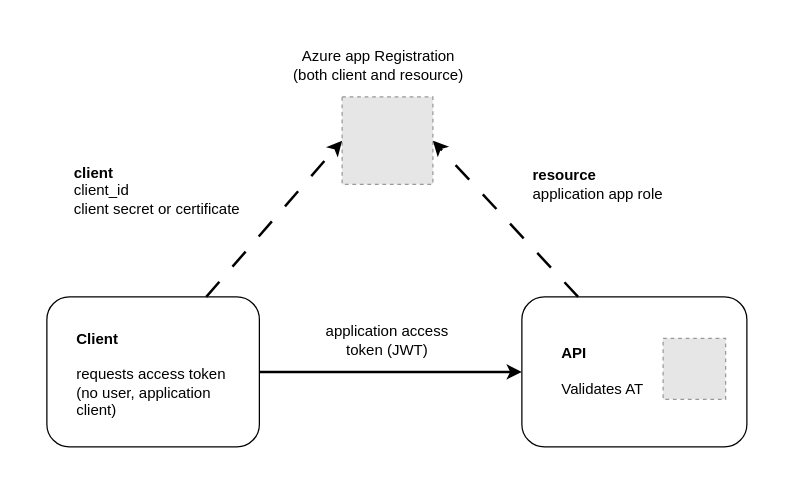
The draw.io diagram images/single_app_registration_01.drawio in damienbod/GrpcAzureAppServiceAppAuth, before the edit. Source tidied: cells renumbered, new cells numbered last; positions are measured from the earlier drawing's top-left corner, leaving out a move shared by most shapes. Both pictures are drawn from the tidied source at 125%, with x=0, y=0 at pixel (46, 46). Pictures stored in the file or linked from it are replaced by grey dashed boxes.
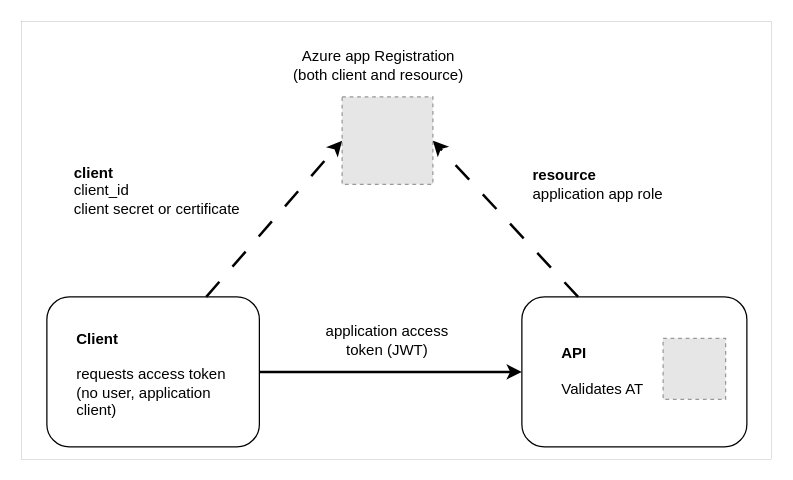
Above is the later version.

What changed in the source:
```diff
@@
 <mxGraphModel>
   <root>
     <mxCell id="0" />
     <mxCell id="1" parent="0" />
+    <mxCell id="15" style="rounded=0;whiteSpace=wrap;html=1;strokeWidth=0;" parent="1" vertex="1">
+      <mxGeometry x="-20" y="-20" width="600" height="350" as="geometry" />
+    </mxCell>
     <mxCell id="2" style="rounded=1;whiteSpace=wrap;html=1;" parent="1" vertex="1">
       <mxGeometry y="200" width="170" height="120" as="geometry" />
     </mxCell>
     <mxCell id="3" style="rounded=1;whiteSpace=wrap;html=1;" parent="1" vertex="1">
       <mxGeometry x="380" y="200" width="180" height="120" as="geometry" />
     </mxCell>
     <mxCell id="4" style="endArrow=classic;html=1;rounded=0;exitX=1;exitY=0.5;exitDx=0;exitDy=0;entryX=0;entryY=0.5;entryDx=0;entryDy=0;strokeWidth=2;" parent="1" edge="1" source="2" target="3">
       <mxGeometry relative="1" as="geometry" />
     </mxCell>
     <mxCell id="5" value="&lt;b&gt;API&lt;/b&gt;&lt;div&gt;&lt;span style=&quot;background-color: initial;&quot;&gt;&lt;br&gt;&lt;/span&gt;&lt;/div&gt;&lt;div&gt;&lt;span style=&quot;background-color: initial;&quot;&gt;Validates AT&lt;/span&gt;&lt;/div&gt;" style="text;html=1;align=left;verticalAlign=middle;whiteSpace=wrap;rounded=0;" parent="1" vertex="1">
       <mxGeometry x="410" y="234" width="80" height="50" as="geometry" />
     </mxCell>
     <mxCell id="6" value="&lt;b&gt;Client&lt;/b&gt;&lt;div&gt;&lt;b&gt;&lt;br&gt;&lt;/b&gt;&lt;div&gt;requests access token&lt;/div&gt;&lt;/div&gt;&lt;div&gt;(no user, application client)&lt;/div&gt;" style="text;html=1;align=left;verticalAlign=middle;whiteSpace=wrap;rounded=0;" parent="1" vertex="1">
       <mxGeometry x="22" y="222" width="130" height="80" as="geometry" />
     </mxCell>
     <mxCell id="7" value="application&amp;nbsp;&lt;span style=&quot;background-color: initial;&quot;&gt;access token (JWT)&lt;/span&gt;" style="text;html=1;align=center;verticalAlign=middle;whiteSpace=wrap;rounded=0;" parent="1" vertex="1">
       <mxGeometry x="210" y="220" width="125" height="30" as="geometry" />
     </mxCell>
     <mxCell id="8" style="fillColor=#E6E6E6;strokeColor=#999999;dashed=1;verticalLabelPosition=bottom;labelBackgroundColor=default;verticalAlign=top;" parent="1" vertex="1">
       <mxGeometry x="236.2" y="40" width="72.6" height="70" as="geometry" />
     </mxCell>
     <mxCell id="9" style="endArrow=classic;html=1;rounded=0;entryX=0;entryY=0.5;entryDx=0;entryDy=0;exitX=0.75;exitY=0;exitDx=0;exitDy=0;strokeWidth=2;dashed=1;dashPattern=8 8;" parent="1" edge="1" source="2" target="8">
       <mxGeometry relative="1" as="geometry" />
     </mxCell>
     <mxCell id="10" style="endArrow=classic;html=1;rounded=0;entryX=1;entryY=0.5;entryDx=0;entryDy=0;exitX=0.25;exitY=0;exitDx=0;exitDy=0;strokeWidth=2;dashed=1;dashPattern=8 8;" parent="1" edge="1" source="3" target="8">
       <mxGeometry relative="1" as="geometry" />
     </mxCell>
     <mxCell id="11" value="&lt;div style=&quot;&quot;&gt;&lt;span style=&quot;background-color: initial;&quot;&gt;&lt;b&gt;client&lt;/b&gt;&lt;/span&gt;&lt;/div&gt;&lt;div style=&quot;&quot;&gt;client_id&lt;/div&gt;&lt;div style=&quot;&quot;&gt;client secret or certificate&lt;/div&gt;" style="text;html=1;align=left;verticalAlign=middle;whiteSpace=wrap;rounded=0;" parent="1" vertex="1">
       <mxGeometry x="20" y="90" width="140" height="50" as="geometry" />
     </mxCell>
     <mxCell id="12" value="&lt;div style=&quot;&quot;&gt;&lt;span style=&quot;background-color: initial;&quot;&gt;&lt;b&gt;resource&lt;/b&gt;&lt;/span&gt;&lt;/div&gt;&lt;div&gt;application app role&lt;/div&gt;" style="text;html=1;align=left;verticalAlign=middle;whiteSpace=wrap;rounded=0;" parent="1" vertex="1">
       <mxGeometry x="387" y="80" width="123" height="60" as="geometry" />
     </mxCell>
     <mxCell id="13" style="fillColor=#E6E6E6;strokeColor=#999999;dashed=1;verticalLabelPosition=bottom;labelBackgroundColor=default;verticalAlign=top;" parent="1" vertex="1">
       <mxGeometry x="493" y="233.2" width="50" height="48.8" as="geometry" />
     </mxCell>
     <mxCell id="14" value="Azure app Registration&lt;div&gt;(both client and resource)&lt;/div&gt;" style="text;html=1;align=center;verticalAlign=middle;whiteSpace=wrap;rounded=0;" parent="1" vertex="1">
       <mxGeometry x="188" width="155" height="30" as="geometry" />
     </mxCell>
   </root>
 </mxGraphModel>
```
